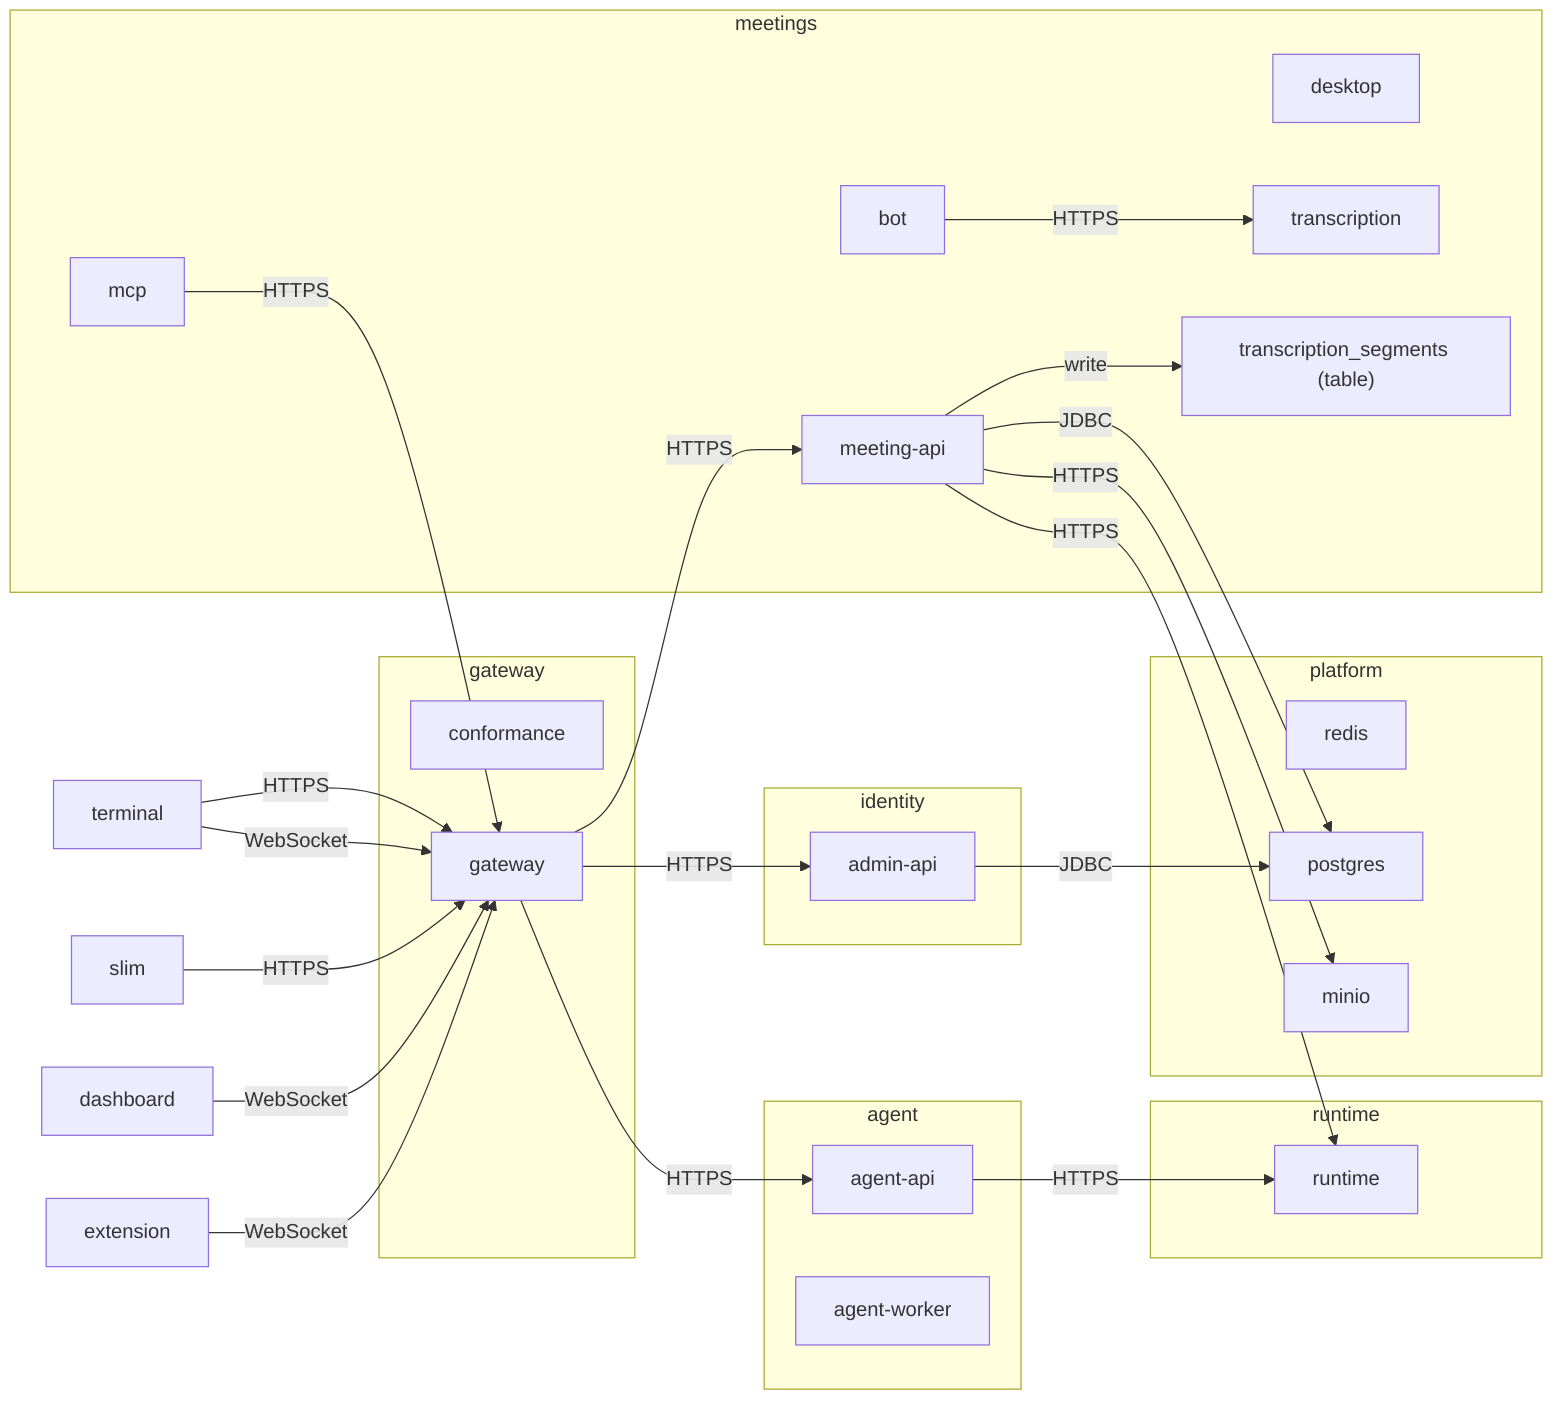
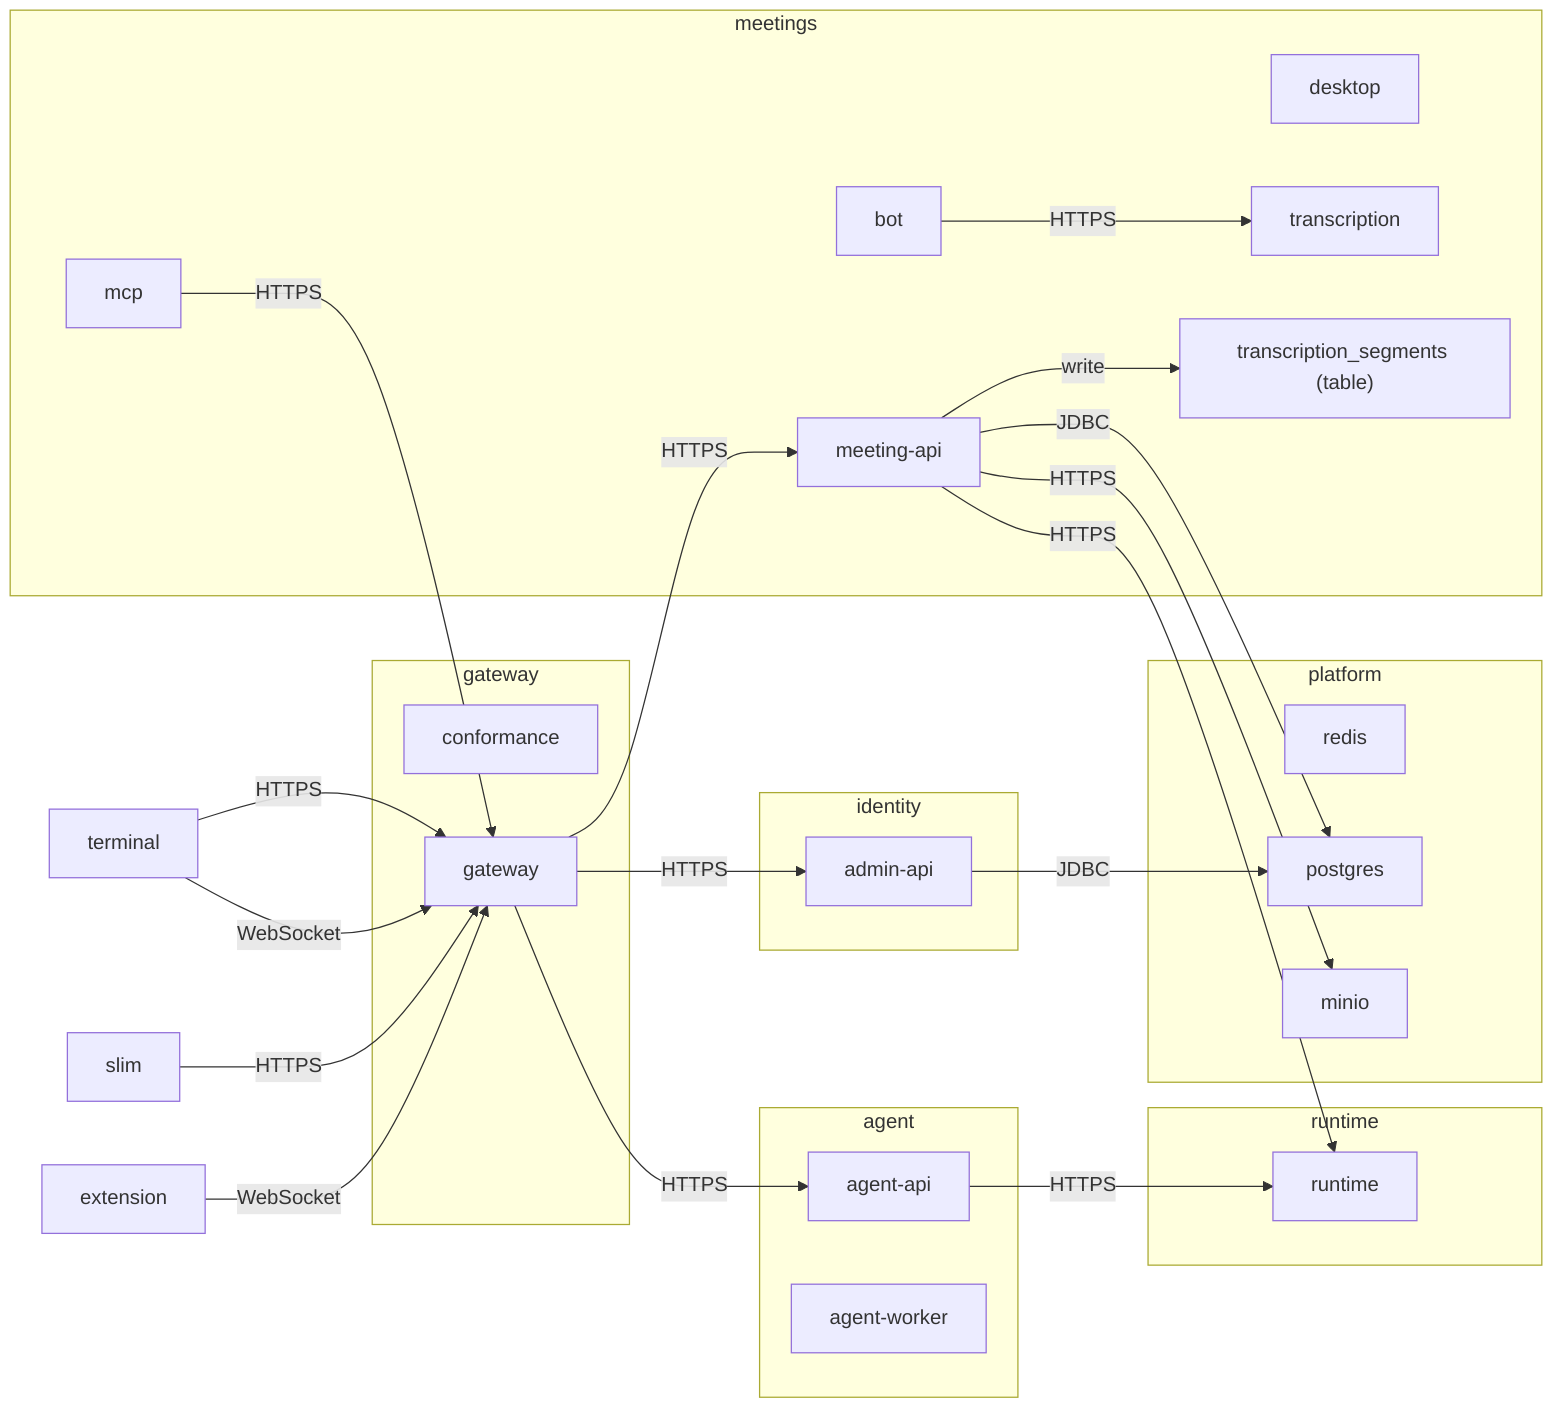
%% GENERATED — pnpm arch:dsl --write
flowchart LR
  subgraph meetings["meetings"]
    bot["bot"]
    desktop["desktop"]
    meeting_api["meeting-api"]
    mcp["mcp"]
    transcription["transcription"]
    segments_table["transcription_segments (table)"]
  end
  subgraph agent["agent"]
    agent_api["agent-api"]
    agent_worker["agent-worker"]
  end
  subgraph gateway_system["gateway"]
    conformance["conformance"]
    gateway["gateway"]
  end
  subgraph identity["identity"]
    admin_api["admin-api"]
  end
  subgraph runtime_system["runtime"]
    runtime["runtime"]
  end
  subgraph platform["platform"]
    redis["redis"]
    postgres["postgres"]
    minio["minio"]
  end
  slim["slim"]
-   dashboard["dashboard"]
  extension["extension"]
  terminal["terminal"]
  meeting_api -->|"write"| segments_table
  bot -->|"HTTPS"| transcription
  meeting_api -->|"JDBC"| postgres
  meeting_api -->|"HTTPS"| minio
  meeting_api -->|"HTTPS"| runtime
  agent_api -->|"HTTPS"| runtime
  mcp -->|"HTTPS"| gateway
  gateway -->|"HTTPS"| meeting_api
  gateway -->|"HTTPS"| agent_api
  gateway -->|"HTTPS"| admin_api
  admin_api -->|"JDBC"| postgres
  terminal -->|"HTTPS"| gateway
  terminal -->|"WebSocket"| gateway
  slim -->|"HTTPS"| gateway
-   dashboard -->|"WebSocket"| gateway
  extension -->|"WebSocket"| gateway
